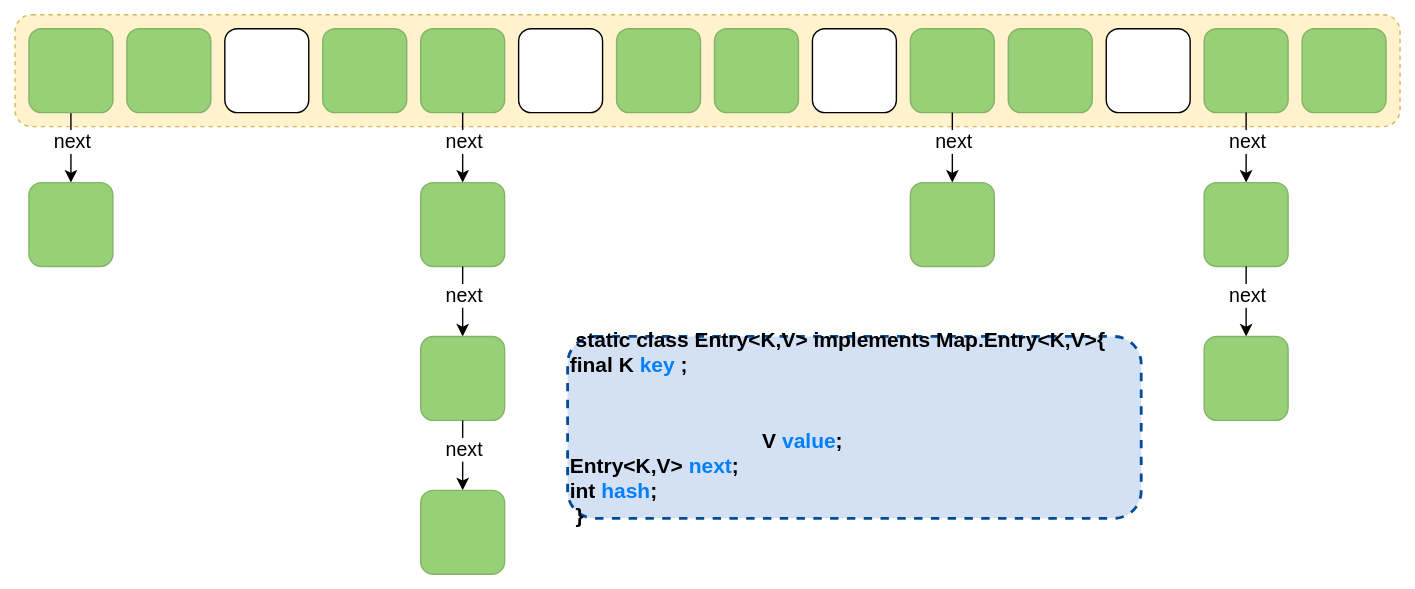
This is JavaSE/集合框架/Java7HashMap结构.drawio.svg from Developer-Tang/notes, a draw.io export, as it was before one commit. Source tidied: cells renumbered, new cells last; positions are measured from the earlier drawing's top-left corner, leaving out a move shared by most shapes. Its diagram source:
```xml
<mxGraphModel>
  <root>
    <mxCell id="0" />
    <mxCell id="1" parent="0" />
    <mxCell id="2" style="rounded=1;whiteSpace=wrap;html=1;dashed=1;fillColor=#fff2cc;strokeColor=#d6b656;" parent="1" vertex="1">
      <mxGeometry width="990" height="80" as="geometry" />
    </mxCell>
    <mxCell id="3" style="edgeStyle=orthogonalEdgeStyle;rounded=0;jettySize=auto;html=1;" parent="1" edge="1" source="5" target="19">
      <mxGeometry relative="1" as="geometry" />
    </mxCell>
    <mxCell id="4" value="next" style="edgeLabel;html=1;align=center;verticalAlign=middle;fontSize=14;" parent="3" vertex="1">
      <mxGeometry x="-0.25" y="2" relative="1" as="geometry">
        <mxPoint x="-2" y="1" as="offset" />
      </mxGeometry>
    </mxCell>
    <mxCell id="5" style="rounded=1;whiteSpace=wrap;html=1;fillColor=#97D077;strokeColor=#82b366;" parent="1" vertex="1">
      <mxGeometry x="10" y="10" width="60" height="60" as="geometry" />
    </mxCell>
    <mxCell id="6" style="rounded=1;whiteSpace=wrap;html=1;strokeColor=#82b366;fillColor=#97D077;" parent="1" vertex="1">
      <mxGeometry x="80" y="10" width="60" height="60" as="geometry" />
    </mxCell>
    <mxCell id="7" style="rounded=1;whiteSpace=wrap;html=1;" parent="1" vertex="1">
      <mxGeometry x="150" y="10" width="60" height="60" as="geometry" />
    </mxCell>
    <mxCell id="8" style="rounded=1;whiteSpace=wrap;html=1;strokeColor=#82b366;fillColor=#97D077;" parent="1" vertex="1">
      <mxGeometry x="220" y="10" width="60" height="60" as="geometry" />
    </mxCell>
    <mxCell id="9" style="rounded=1;whiteSpace=wrap;html=1;" parent="1" vertex="1">
      <mxGeometry x="360" y="10" width="60" height="60" as="geometry" />
    </mxCell>
    <mxCell id="10" style="rounded=1;whiteSpace=wrap;html=1;strokeColor=#82b366;fillColor=#97D077;" parent="1" vertex="1">
      <mxGeometry x="290" y="10" width="60" height="60" as="geometry" />
    </mxCell>
    <mxCell id="11" style="rounded=1;whiteSpace=wrap;html=1;strokeColor=#82b366;fillColor=#97D077;" parent="1" vertex="1">
      <mxGeometry x="430" y="10" width="60" height="60" as="geometry" />
    </mxCell>
    <mxCell id="12" style="rounded=1;whiteSpace=wrap;html=1;strokeColor=#82b366;fillColor=#97D077;" parent="1" vertex="1">
      <mxGeometry x="500" y="10" width="60" height="60" as="geometry" />
    </mxCell>
    <mxCell id="13" style="rounded=1;whiteSpace=wrap;html=1;" parent="1" vertex="1">
      <mxGeometry x="570" y="10" width="60" height="60" as="geometry" />
    </mxCell>
    <mxCell id="14" style="rounded=1;whiteSpace=wrap;html=1;strokeColor=#82b366;fillColor=#97D077;" parent="1" vertex="1">
      <mxGeometry x="640" y="10" width="60" height="60" as="geometry" />
    </mxCell>
    <mxCell id="15" style="rounded=1;whiteSpace=wrap;html=1;strokeColor=#82b366;fillColor=#97D077;" parent="1" vertex="1">
      <mxGeometry x="710" y="10" width="60" height="60" as="geometry" />
    </mxCell>
    <mxCell id="16" style="rounded=1;whiteSpace=wrap;html=1;" parent="1" vertex="1">
      <mxGeometry x="780" y="10" width="60" height="60" as="geometry" />
    </mxCell>
    <mxCell id="17" style="rounded=1;whiteSpace=wrap;html=1;strokeColor=#82b366;fillColor=#97D077;" parent="1" vertex="1">
      <mxGeometry x="850" y="10" width="60" height="60" as="geometry" />
    </mxCell>
    <mxCell id="18" style="rounded=1;whiteSpace=wrap;html=1;strokeColor=#82b366;fillColor=#97D077;" parent="1" vertex="1">
      <mxGeometry x="920" y="10" width="60" height="60" as="geometry" />
    </mxCell>
    <mxCell id="19" style="rounded=1;whiteSpace=wrap;html=1;fillColor=#97D077;strokeColor=#82b366;" parent="1" vertex="1">
      <mxGeometry x="10" y="120" width="60" height="60" as="geometry" />
    </mxCell>
    <mxCell id="20" style="edgeStyle=orthogonalEdgeStyle;rounded=0;jettySize=auto;html=1;" parent="1" edge="1" target="22">
      <mxGeometry relative="1" as="geometry">
        <mxPoint x="320" y="70" as="sourcePoint" />
      </mxGeometry>
    </mxCell>
    <mxCell id="21" value="next" style="edgeLabel;html=1;align=center;verticalAlign=middle;fontSize=14;" parent="20" vertex="1">
      <mxGeometry x="-0.25" y="2" relative="1" as="geometry">
        <mxPoint x="-2" y="1" as="offset" />
      </mxGeometry>
    </mxCell>
    <mxCell id="22" style="rounded=1;whiteSpace=wrap;html=1;fillColor=#97D077;strokeColor=#82b366;" parent="1" vertex="1">
      <mxGeometry x="290" y="120" width="60" height="60" as="geometry" />
    </mxCell>
    <mxCell id="23" style="edgeStyle=orthogonalEdgeStyle;rounded=0;jettySize=auto;html=1;" parent="1" edge="1" target="25">
      <mxGeometry relative="1" as="geometry">
        <mxPoint x="320" y="180" as="sourcePoint" />
      </mxGeometry>
    </mxCell>
    <mxCell id="24" value="next" style="edgeLabel;html=1;align=center;verticalAlign=middle;fontSize=14;" parent="23" vertex="1">
      <mxGeometry x="-0.25" y="2" relative="1" as="geometry">
        <mxPoint x="-2" y="1" as="offset" />
      </mxGeometry>
    </mxCell>
    <mxCell id="25" style="rounded=1;whiteSpace=wrap;html=1;fillColor=#97D077;strokeColor=#82b366;" parent="1" vertex="1">
      <mxGeometry x="290" y="230" width="60" height="60" as="geometry" />
    </mxCell>
    <mxCell id="26" style="edgeStyle=orthogonalEdgeStyle;rounded=0;jettySize=auto;html=1;" parent="1" edge="1" target="28">
      <mxGeometry relative="1" as="geometry">
        <mxPoint x="670" y="70" as="sourcePoint" />
      </mxGeometry>
    </mxCell>
    <mxCell id="27" value="next" style="edgeLabel;html=1;align=center;verticalAlign=middle;fontSize=14;" parent="26" vertex="1">
      <mxGeometry x="-0.25" y="2" relative="1" as="geometry">
        <mxPoint x="-2" y="1" as="offset" />
      </mxGeometry>
    </mxCell>
    <mxCell id="28" style="rounded=1;whiteSpace=wrap;html=1;fillColor=#97D077;strokeColor=#82b366;" parent="1" vertex="1">
      <mxGeometry x="640" y="120" width="60" height="60" as="geometry" />
    </mxCell>
    <mxCell id="29" style="edgeStyle=orthogonalEdgeStyle;rounded=0;jettySize=auto;html=1;" parent="1" edge="1" target="31">
      <mxGeometry relative="1" as="geometry">
        <mxPoint x="880" y="70" as="sourcePoint" />
      </mxGeometry>
    </mxCell>
    <mxCell id="30" value="next" style="edgeLabel;html=1;align=center;verticalAlign=middle;fontSize=14;" parent="29" vertex="1">
      <mxGeometry x="-0.25" y="2" relative="1" as="geometry">
        <mxPoint x="-2" y="1" as="offset" />
      </mxGeometry>
    </mxCell>
    <mxCell id="31" style="rounded=1;whiteSpace=wrap;html=1;fillColor=#97D077;strokeColor=#82b366;" parent="1" vertex="1">
      <mxGeometry x="850" y="120" width="60" height="60" as="geometry" />
    </mxCell>
    <mxCell id="32" style="edgeStyle=orthogonalEdgeStyle;rounded=0;jettySize=auto;html=1;" parent="1" edge="1" target="34">
      <mxGeometry relative="1" as="geometry">
        <mxPoint x="880" y="180" as="sourcePoint" />
      </mxGeometry>
    </mxCell>
    <mxCell id="33" value="next" style="edgeLabel;html=1;align=center;verticalAlign=middle;fontSize=14;" parent="32" vertex="1">
      <mxGeometry x="-0.25" y="2" relative="1" as="geometry">
        <mxPoint x="-2" y="1" as="offset" />
      </mxGeometry>
    </mxCell>
    <mxCell id="34" style="rounded=1;whiteSpace=wrap;html=1;fillColor=#97D077;strokeColor=#82b366;" parent="1" vertex="1">
      <mxGeometry x="850" y="230" width="60" height="60" as="geometry" />
    </mxCell>
    <mxCell id="35" style="edgeStyle=orthogonalEdgeStyle;rounded=0;jettySize=auto;html=1;" parent="1" edge="1" target="37">
      <mxGeometry relative="1" as="geometry">
        <mxPoint x="320" y="290" as="sourcePoint" />
      </mxGeometry>
    </mxCell>
    <mxCell id="36" value="next" style="edgeLabel;html=1;align=center;verticalAlign=middle;fontSize=14;" parent="35" vertex="1">
      <mxGeometry x="-0.25" y="2" relative="1" as="geometry">
        <mxPoint x="-2" y="1" as="offset" />
      </mxGeometry>
    </mxCell>
    <mxCell id="37" style="rounded=1;whiteSpace=wrap;html=1;fillColor=#97D077;strokeColor=#82b366;" parent="1" vertex="1">
      <mxGeometry x="290" y="340" width="60" height="60" as="geometry" />
    </mxCell>
    <mxCell id="38" value="&amp;nbsp;static class Entry&amp;lt;K,V&amp;gt; implements Map.Entry&amp;lt;K,V&amp;gt;{&lt;br&gt;&lt;span&gt;&lt;span style=&quot;white-space: pre&quot;&gt;&#9;&lt;/span&gt;final K &lt;/span&gt;&lt;font color=&quot;#007fff&quot;&gt;key&lt;/font&gt;&lt;span&gt;;&lt;/span&gt;&lt;span style=&quot;white-space: pre&quot;&gt;&lt;br&gt;&lt;/span&gt;&lt;span style=&quot;white-space: pre&quot;&gt;&#9;&lt;/span&gt;V &lt;font color=&quot;#007fff&quot;&gt;value&lt;/font&gt;;&lt;br&gt;&lt;span style=&quot;white-space: pre&quot;&gt;&#9;&lt;/span&gt;Entry&amp;lt;K,V&amp;gt; &lt;font color=&quot;#007fff&quot;&gt;next&lt;/font&gt;;&lt;br&gt;&lt;span style=&quot;white-space: pre&quot;&gt;&#9;&lt;/span&gt;int &lt;font color=&quot;#007fff&quot;&gt;hash&lt;/font&gt;;&lt;br style=&quot;font-size: 15px&quot;&gt;&amp;nbsp;}" style="rounded=1;whiteSpace=wrap;html=1;fontSize=15;fillColor=#D4E1F5;strokeColor=#004C99;dashed=1;align=left;fontStyle=1;strokeWidth=2;" parent="1" vertex="1">
      <mxGeometry x="395" y="230" width="410" height="130" as="geometry" />
    </mxCell>
  </root>
</mxGraphModel>
```
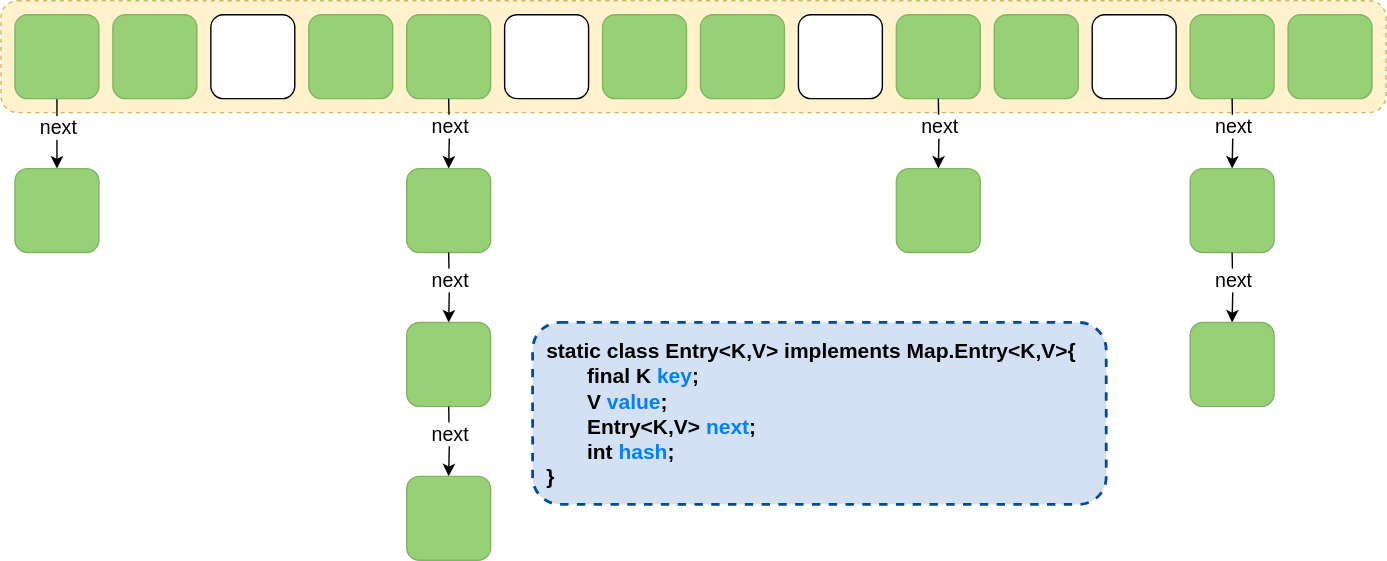
After the commit.

The edit, as a diff of the source:
```diff
@@ -136,8 +136,8 @@
     <mxCell id="37" style="rounded=1;whiteSpace=wrap;html=1;fillColor=#97D077;strokeColor=#82b366;" parent="1" vertex="1">
       <mxGeometry x="290" y="340" width="60" height="60" as="geometry" />
     </mxCell>
-    <mxCell id="38" value="&amp;nbsp;static class Entry&amp;lt;K,V&amp;gt; implements Map.Entry&amp;lt;K,V&amp;gt;{&lt;br&gt;&lt;span&gt;&lt;span style=&quot;white-space: pre&quot;&gt;&#9;&lt;/span&gt;final K &lt;/span&gt;&lt;font color=&quot;#007fff&quot;&gt;key&lt;/font&gt;&lt;span&gt;;&lt;/span&gt;&lt;span style=&quot;white-space: pre&quot;&gt;&lt;br&gt;&lt;/span&gt;&lt;span style=&quot;white-space: pre&quot;&gt;&#9;&lt;/span&gt;V &lt;font color=&quot;#007fff&quot;&gt;value&lt;/font&gt;;&lt;br&gt;&lt;span style=&quot;white-space: pre&quot;&gt;&#9;&lt;/span&gt;Entry&amp;lt;K,V&amp;gt; &lt;font color=&quot;#007fff&quot;&gt;next&lt;/font&gt;;&lt;br&gt;&lt;span style=&quot;white-space: pre&quot;&gt;&#9;&lt;/span&gt;int &lt;font color=&quot;#007fff&quot;&gt;hash&lt;/font&gt;;&lt;br style=&quot;font-size: 15px&quot;&gt;&amp;nbsp;}" style="rounded=1;whiteSpace=wrap;html=1;fontSize=15;fillColor=#D4E1F5;strokeColor=#004C99;dashed=1;align=left;fontStyle=1;strokeWidth=2;" parent="1" vertex="1">
-      <mxGeometry x="395" y="230" width="410" height="130" as="geometry" />
+    <mxCell id="38" value="&amp;nbsp;static class Entry&amp;lt;K,V&amp;gt; implements Map.Entry&amp;lt;K,V&amp;gt;{&lt;br&gt;&lt;span&gt;&lt;span style=&quot;white-space: pre&quot;&gt;&#9;&lt;/span&gt;final K &lt;/span&gt;&lt;font color=&quot;#007fff&quot;&gt;key&lt;/font&gt;&lt;span&gt;;&lt;/span&gt;&lt;span style=&quot;white-space: pre&quot;&gt;&lt;br&gt;&lt;/span&gt;&lt;span style=&quot;white-space: pre&quot;&gt;&#9;&lt;/span&gt;V &lt;font color=&quot;#007fff&quot;&gt;value&lt;/font&gt;;&lt;br&gt;&lt;span style=&quot;white-space: pre&quot;&gt;&#9;&lt;/span&gt;Entry&amp;lt;K,V&amp;gt; &lt;font color=&quot;#007fff&quot;&gt;next&lt;/font&gt;;&lt;br&gt;&lt;span style=&quot;white-space: pre&quot;&gt;&#9;&lt;/span&gt;int &lt;font color=&quot;#007fff&quot;&gt;hash&lt;/font&gt;;&lt;br style=&quot;font-size: 15px&quot;&gt;&amp;nbsp;}" style="rounded=1;whiteSpace=wrap;html=1;fontSize=15;fillColor=#D4E1F5;strokeColor=#004C99;dashed=1;align=left;fontStyle=1;strokeWidth=2;spacing=6;" parent="1" vertex="1">
+      <mxGeometry x="380" y="230" width="410" height="130" as="geometry" />
     </mxCell>
   </root>
 </mxGraphModel>
```
